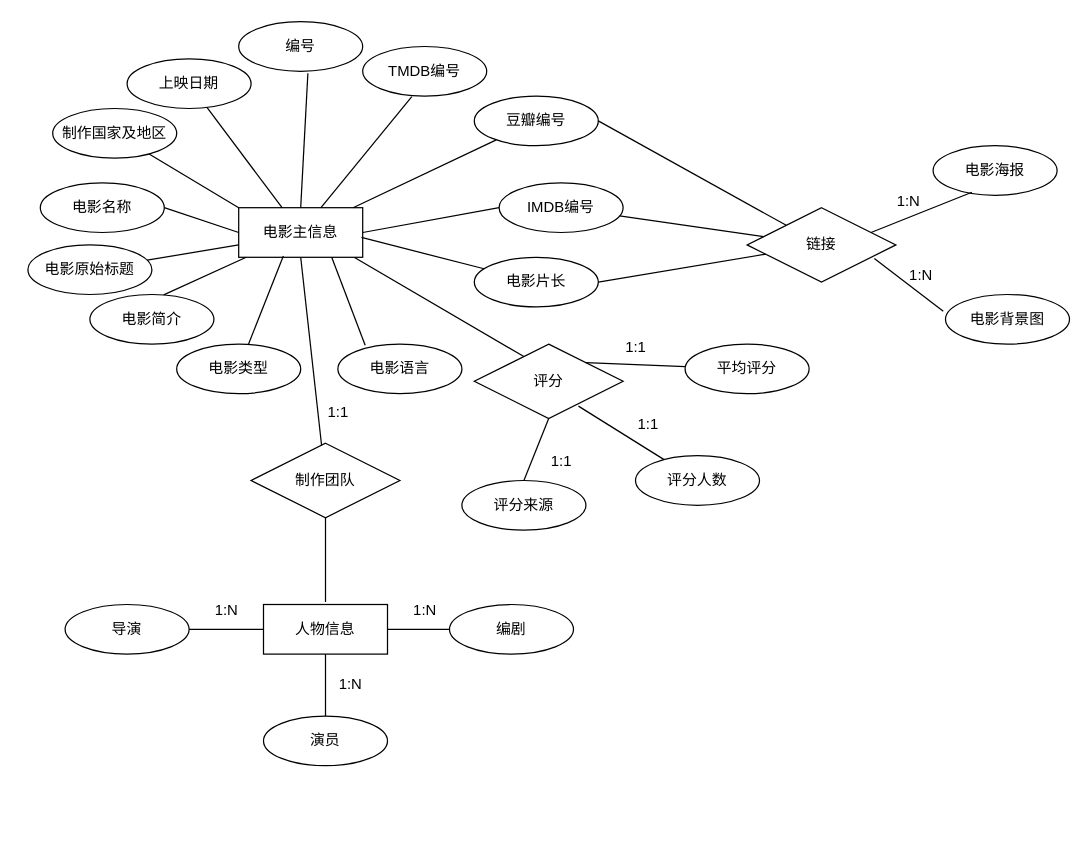
nikiok/honglou-datasets keeps this draw.io diagram as data_design.drawio. Above is the earlier version. Source tidied: cells renumbered, new cells numbered last; positions are measured from the earlier drawing's top-left corner, leaving out a move shared by most shapes. Both pictures are drawn from the tidied source at 124%, with x=0, y=0 at pixel (27, 21).
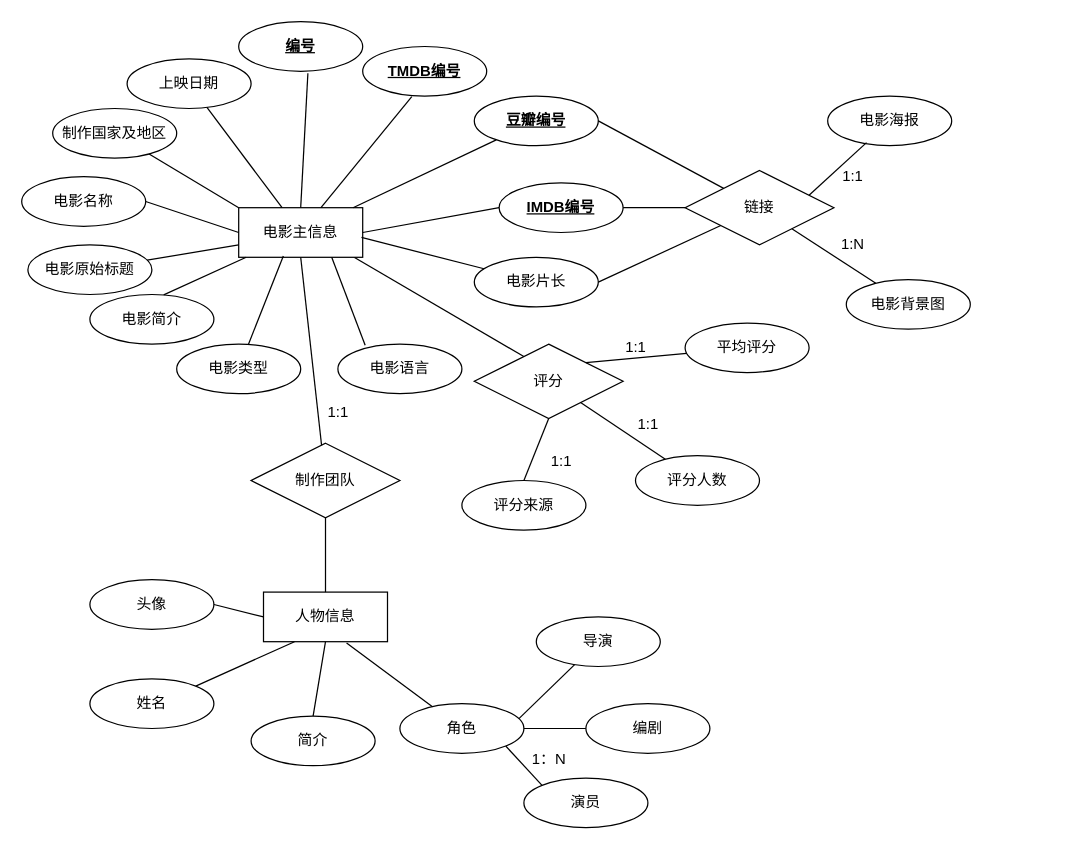
After the change.

The change refers to these unchanged cells:
```xml
<mxCell id="34" value="制作团队" style="shape=rhombus;perimeter=rhombusPerimeter;whiteSpace=wrap;html=1;align=center;" parent="1" vertex="1">
  <mxGeometry x="180" y="340" width="120" height="60" as="geometry" />
</mxCell>
<mxCell id="35" value="评分" style="shape=rhombus;perimeter=rhombusPerimeter;whiteSpace=wrap;html=1;align=center;" parent="1" vertex="1">
  <mxGeometry x="360" y="260" width="120" height="60" as="geometry" />
</mxCell>
<mxCell id="52" value="评分人数" style="ellipse;whiteSpace=wrap;html=1;align=center;" parent="1" vertex="1">
  <mxGeometry x="490" y="350" width="100" height="40" as="geometry" />
</mxCell>
```

Diff of the diagram source:
```diff
@@
-    <mxCell id="3" value="豆瓣编号" style="ellipse;whiteSpace=wrap;html=1;align=center;" parent="1" vertex="1">
+    <mxCell id="3" value="&lt;b&gt;豆瓣编号&lt;/b&gt;" style="ellipse;whiteSpace=wrap;html=1;align=center;fontStyle=4;" parent="1" vertex="1">
       <mxGeometry x="360" y="60" width="100" height="40" as="geometry" />
     </mxCell>
-    <mxCell id="4" value="IMDB编号" style="ellipse;whiteSpace=wrap;html=1;align=center;" parent="1" vertex="1">
+    <mxCell id="4" value="&lt;b&gt;&lt;u&gt;IMDB编号&lt;/u&gt;&lt;/b&gt;" style="ellipse;whiteSpace=wrap;html=1;align=center;" parent="1" vertex="1">
       <mxGeometry x="380" y="130" width="100" height="40" as="geometry" />
     </mxCell>
-    <mxCell id="5" value="TMDB编号" style="ellipse;whiteSpace=wrap;html=1;align=center;" parent="1" vertex="1">
+    <mxCell id="5" value="&lt;b&gt;&lt;u&gt;TMDB编号&lt;/u&gt;&lt;/b&gt;" style="ellipse;whiteSpace=wrap;html=1;align=center;" parent="1" vertex="1">
       <mxGeometry x="270" y="20" width="100" height="40" as="geometry" />
     </mxCell>
     <mxCell id="6" value="电影名称" style="ellipse;whiteSpace=wrap;html=1;align=center;" parent="1" vertex="1">
-      <mxGeometry x="10" y="130" width="100" height="40" as="geometry" />
+      <mxGeometry x="-5" y="125" width="100" height="40" as="geometry" />
     </mxCell>
@@
-    <mxCell id="16" value="编号" style="ellipse;whiteSpace=wrap;html=1;align=center;" parent="1" vertex="1">
+    <mxCell id="16" value="&lt;b&gt;&lt;u&gt;编号&lt;/u&gt;&lt;/b&gt;" style="ellipse;whiteSpace=wrap;html=1;align=center;" parent="1" vertex="1">
       <mxGeometry x="170" width="100" height="40" as="geometry" />
     </mxCell>
@@
     <mxCell id="27" value="人物信息" style="whiteSpace=wrap;html=1;align=center;" parent="1" vertex="1">
-      <mxGeometry x="190" y="470" width="100" height="40" as="geometry" />
+      <mxGeometry x="190" y="460" width="100" height="40" as="geometry" />
     </mxCell>
     <mxCell id="28" value="导演" style="ellipse;whiteSpace=wrap;html=1;align=center;" parent="1" vertex="1">
-      <mxGeometry x="30" y="470" width="100" height="40" as="geometry" />
+      <mxGeometry x="410" y="480" width="100" height="40" as="geometry" />
     </mxCell>
     <mxCell id="29" value="编剧" style="ellipse;whiteSpace=wrap;html=1;align=center;" parent="1" vertex="1">
-      <mxGeometry x="340" y="470" width="100" height="40" as="geometry" />
+      <mxGeometry x="450" y="550" width="100" height="40" as="geometry" />
     </mxCell>
-    <mxCell id="30" value="演员" style="ellipse;whiteSpace=wrap;html=1;align=center;" parent="1" vertex="1">
-      <mxGeometry x="190" y="560" width="100" height="40" as="geometry" />
+    <mxCell id="30" value="演员" style="ellipse;whiteSpace=wrap;html=1;align=center;ellipse;whiteSpace=wrap;html=1;align=center;" parent="1" vertex="1">
+      <mxGeometry x="400" y="610" width="100" height="40" as="geometry" />
     </mxCell>
-    <mxCell id="31" style="endArrow=none;html=1;rounded=0;entryX=0.5;entryY=1;entryDx=0;entryDy=0;exitX=0.5;exitY=0;exitDx=0;exitDy=0;" parent="1" edge="1" source="30" target="27">
-      <mxGeometry relative="1" as="geometry" />
-    </mxCell>
-    <mxCell id="32" style="endArrow=none;html=1;rounded=0;entryX=0;entryY=0.5;entryDx=0;entryDy=0;exitX=1;exitY=0.5;exitDx=0;exitDy=0;" parent="1" edge="1" source="28" target="27">
-      <mxGeometry relative="1" as="geometry" />
-    </mxCell>
-    <mxCell id="33" style="endArrow=none;html=1;rounded=0;entryX=1;entryY=0.5;entryDx=0;entryDy=0;exitX=0;exitY=0.5;exitDx=0;exitDy=0;" parent="1" edge="1" source="29" target="27">
-      <mxGeometry relative="1" as="geometry" />
-    </mxCell>
@@
-    <mxCell id="38" style="endArrow=none;html=1;rounded=0;exitX=0.5;exitY=1;exitDx=0;exitDy=0;" parent="1" edge="1" source="34">
-      <mxGeometry relative="1" as="geometry">
-        <mxPoint x="240" y="468" as="targetPoint" />
-      </mxGeometry>
+    <mxCell id="38" style="endArrow=none;html=1;rounded=0;exitX=0.5;exitY=1;exitDx=0;exitDy=0;" parent="1" edge="1" source="34" target="27">
+      <mxGeometry relative="1" as="geometry" />
     </mxCell>
     <mxCell id="39" value="链接" style="shape=rhombus;perimeter=rhombusPerimeter;whiteSpace=wrap;html=1;align=center;" parent="1" vertex="1">
-      <mxGeometry x="580" y="150" width="120" height="60" as="geometry" />
+      <mxGeometry x="530" y="120" width="120" height="60" as="geometry" />
     </mxCell>
     <mxCell id="40" value="电影海报" style="ellipse;whiteSpace=wrap;html=1;align=center;" parent="1" vertex="1">
-      <mxGeometry x="730" y="100" width="100" height="40" as="geometry" />
+      <mxGeometry x="645" y="60" width="100" height="40" as="geometry" />
     </mxCell>
     <mxCell id="41" value="电影背景图" style="ellipse;whiteSpace=wrap;html=1;align=center;" parent="1" vertex="1">
-      <mxGeometry x="740" y="220" width="100" height="40" as="geometry" />
+      <mxGeometry x="660" y="208" width="100" height="40" as="geometry" />
     </mxCell>
@@
-    <mxCell id="46" style="endArrow=none;html=1;rounded=0;entryX=-0.018;entryY=0.34;entryDx=0;entryDy=0;entryPerimeter=0;exitX=0.855;exitY=0.683;exitDx=0;exitDy=0;exitPerimeter=0;" parent="1" edge="1" source="39" target="41">
+    <mxCell id="46" style="endArrow=none;html=1;rounded=0;" parent="1" edge="1" source="39" target="41">
       <mxGeometry relative="1" as="geometry" />
     </mxCell>
     <mxCell id="47" value="1:N" style="text;html=1;align=center;verticalAlign=middle;strokeColor=none;fillColor=none;" parent="1" vertex="1">
-      <mxGeometry x="700" y="190" width="40" height="30" as="geometry" />
+      <mxGeometry x="645" y="165" width="40" height="30" as="geometry" />
     </mxCell>
-    <mxCell id="48" value="1:N" style="text;html=1;align=center;verticalAlign=middle;strokeColor=none;fillColor=none;" parent="1" vertex="1">
-      <mxGeometry x="240" y="520" width="40" height="30" as="geometry" />
-    </mxCell>
-    <mxCell id="49" value="1:N" style="text;html=1;align=center;verticalAlign=middle;strokeColor=none;fillColor=none;" parent="1" vertex="1">
-      <mxGeometry x="140" y="460" width="40" height="30" as="geometry" />
-    </mxCell>
-    <mxCell id="50" value="1:N" style="text;html=1;align=center;verticalAlign=middle;strokeColor=none;fillColor=none;" parent="1" vertex="1">
-      <mxGeometry x="690" y="130" width="40" height="30" as="geometry" />
+    <mxCell id="50" value="1:1" style="text;html=1;align=center;verticalAlign=middle;strokeColor=none;fillColor=none;" parent="1" vertex="1">
+      <mxGeometry x="645" y="110" width="40" height="30" as="geometry" />
     </mxCell>
     <mxCell id="51" value="平均评分" style="ellipse;whiteSpace=wrap;html=1;align=center;" parent="1" vertex="1">
-      <mxGeometry x="530" y="260" width="100" height="40" as="geometry" />
+      <mxGeometry x="530" y="243" width="100" height="40" as="geometry" />
     </mxCell>
@@
-    <mxCell id="53" style="endArrow=none;html=1;rounded=0;" parent="1" edge="1" source="52">
-      <mxGeometry relative="1" as="geometry">
-        <mxPoint x="444" y="310" as="targetPoint" />
-      </mxGeometry>
+    <mxCell id="53" style="endArrow=none;html=1;rounded=0;" parent="1" edge="1" source="52" target="35">
+      <mxGeometry relative="1" as="geometry" />
     </mxCell>
@@
-    <mxCell id="61" value="1:N" style="text;html=1;align=center;verticalAlign=middle;strokeColor=none;fillColor=none;" parent="1" vertex="1">
-      <mxGeometry x="300" y="460" width="40" height="30" as="geometry" />
-    </mxCell>
+    <mxCell id="62" value="姓名" style="ellipse;whiteSpace=wrap;html=1;align=center;" parent="1" vertex="1">
+      <mxGeometry x="50" y="530" width="100" height="40" as="geometry" />
+    </mxCell>
+    <mxCell id="63" value="头像" style="ellipse;whiteSpace=wrap;html=1;align=center;" parent="1" vertex="1">
+      <mxGeometry x="50" y="450" width="100" height="40" as="geometry" />
+    </mxCell>
+    <mxCell id="64" value="简介" style="ellipse;whiteSpace=wrap;html=1;align=center;" parent="1" vertex="1">
+      <mxGeometry x="180" y="560" width="100" height="40" as="geometry" />
+    </mxCell>
+    <mxCell id="65" value="角色" style="ellipse;whiteSpace=wrap;html=1;align=center;" parent="1" vertex="1">
+      <mxGeometry x="300" y="550" width="100" height="40" as="geometry" />
+    </mxCell>
+    <mxCell id="66" style="endArrow=none;html=1;rounded=0;entryX=0;entryY=0.5;entryDx=0;entryDy=0;exitX=1;exitY=0.5;exitDx=0;exitDy=0;" parent="1" edge="1" source="63" target="27">
+      <mxGeometry relative="1" as="geometry" />
+    </mxCell>
+    <mxCell id="67" style="endArrow=none;html=1;rounded=0;entryX=0.25;entryY=1;entryDx=0;entryDy=0;exitX=1;exitY=0;exitDx=0;exitDy=0;" parent="1" edge="1" source="62" target="27">
+      <mxGeometry relative="1" as="geometry" />
+    </mxCell>
+    <mxCell id="68" style="endArrow=none;html=1;rounded=0;exitX=0.5;exitY=1;exitDx=0;exitDy=0;entryX=0.5;entryY=0;entryDx=0;entryDy=0;" parent="1" edge="1" source="27" target="64">
+      <mxGeometry relative="1" as="geometry" />
+    </mxCell>
+    <mxCell id="69" style="endArrow=none;html=1;rounded=0;exitX=0.67;exitY=1.025;exitDx=0;exitDy=0;exitPerimeter=0;" parent="1" edge="1" source="27" target="65">
+      <mxGeometry relative="1" as="geometry" />
+    </mxCell>
+    <mxCell id="70" style="endArrow=none;html=1;rounded=0;exitX=0.96;exitY=0.3;exitDx=0;exitDy=0;exitPerimeter=0;" parent="1" edge="1" source="65" target="28">
+      <mxGeometry relative="1" as="geometry" />
+    </mxCell>
+    <mxCell id="71" style="endArrow=none;html=1;rounded=0;exitX=1;exitY=1;exitDx=0;exitDy=0;entryX=0;entryY=0;entryDx=0;entryDy=0;" parent="1" edge="1" source="65" target="30">
+      <mxGeometry relative="1" as="geometry" />
+    </mxCell>
+    <mxCell id="72" style="endArrow=none;html=1;rounded=0;exitX=1;exitY=0.5;exitDx=0;exitDy=0;entryX=0;entryY=0.5;entryDx=0;entryDy=0;" parent="1" edge="1" source="65" target="29">
+      <mxGeometry relative="1" as="geometry" />
+    </mxCell>
+    <mxCell id="73" value="1：N" style="text;html=1;align=center;verticalAlign=middle;strokeColor=none;fillColor=none;" parent="1" vertex="1">
+      <mxGeometry x="395" y="580" width="50" height="30" as="geometry" />
+    </mxCell>
```
